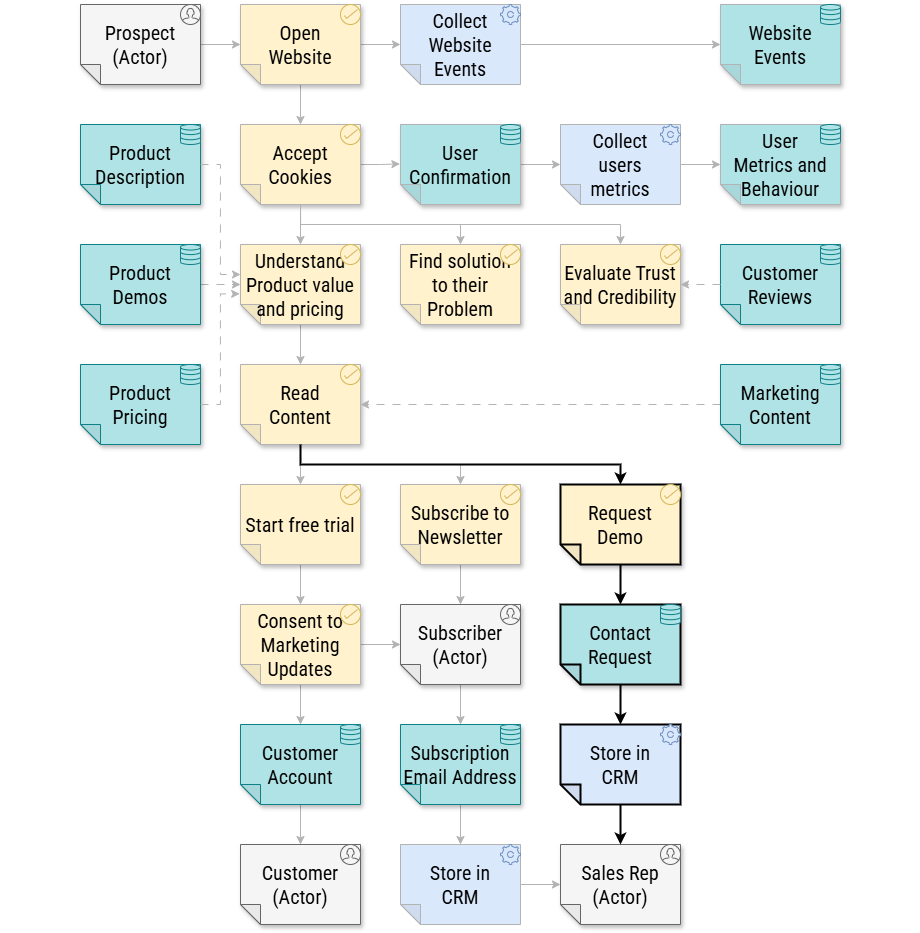
software-architecture-guild/modeling-software-architecture keeps this draw.io diagram as chapter-06/figure-6.14.drawio.png. Above is the earlier version. Source tidied: cells renumbered, new cells last; positions are measured from the earlier drawing's top-left corner, leaving out a move shared by most shapes.
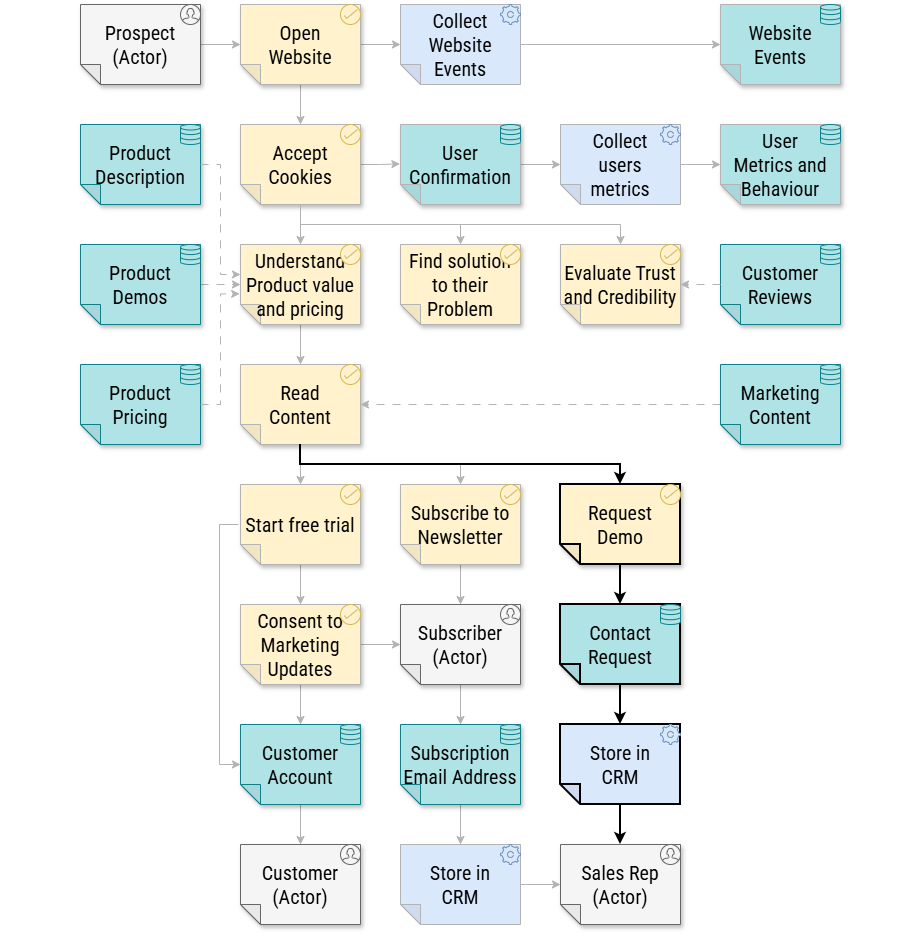
The same file after the commit.

Change to the diagram source:
```diff
@@ -271,5 +271,15 @@
     <mxCell id="90" style="html=1;verticalLabelPosition=bottom;align=center;labelBackgroundColor=#ffffff;verticalAlign=top;strokeWidth=1;shadow=0;dashed=0;shape=mxgraph.ios7.icons.user;fillColor=#f5f5f5;fontColor=#000000;strokeColor=#666666;fontFamily=Roboto Condensed;fontSource=https%3A%2F%2Ffonts.googleapis.com%2Fcss%3Ffamily%3DRoboto%2BCondensed;fontSize=20;" parent="1" vertex="1">
       <mxGeometry x="340" y="840" width="20" height="20" as="geometry" />
     </mxCell>
+    <mxCell id="91" style="edgeStyle=orthogonalEdgeStyle;shape=connector;rounded=0;html=1;strokeColor=#B3B3B3;align=center;verticalAlign=middle;fontFamily=Helvetica;fontSize=11;fontColor=default;labelBackgroundColor=default;endArrow=classic;exitX=1.006;exitY=0.5;exitDx=0;exitDy=0;exitPerimeter=0;entryX=0.995;entryY=0.502;entryDx=0;entryDy=0;entryPerimeter=0;curved=0;" parent="1" edge="1">
+      <mxGeometry relative="1" as="geometry">
+        <mxPoint x="238" y="520" as="sourcePoint" />
+        <mxPoint x="240" y="760" as="targetPoint" />
+        <Array as="points">
+          <mxPoint x="219" y="520" />
+          <mxPoint x="219" y="759.8" />
+        </Array>
+      </mxGeometry>
+    </mxCell>
   </root>
 </mxGraphModel>
```
